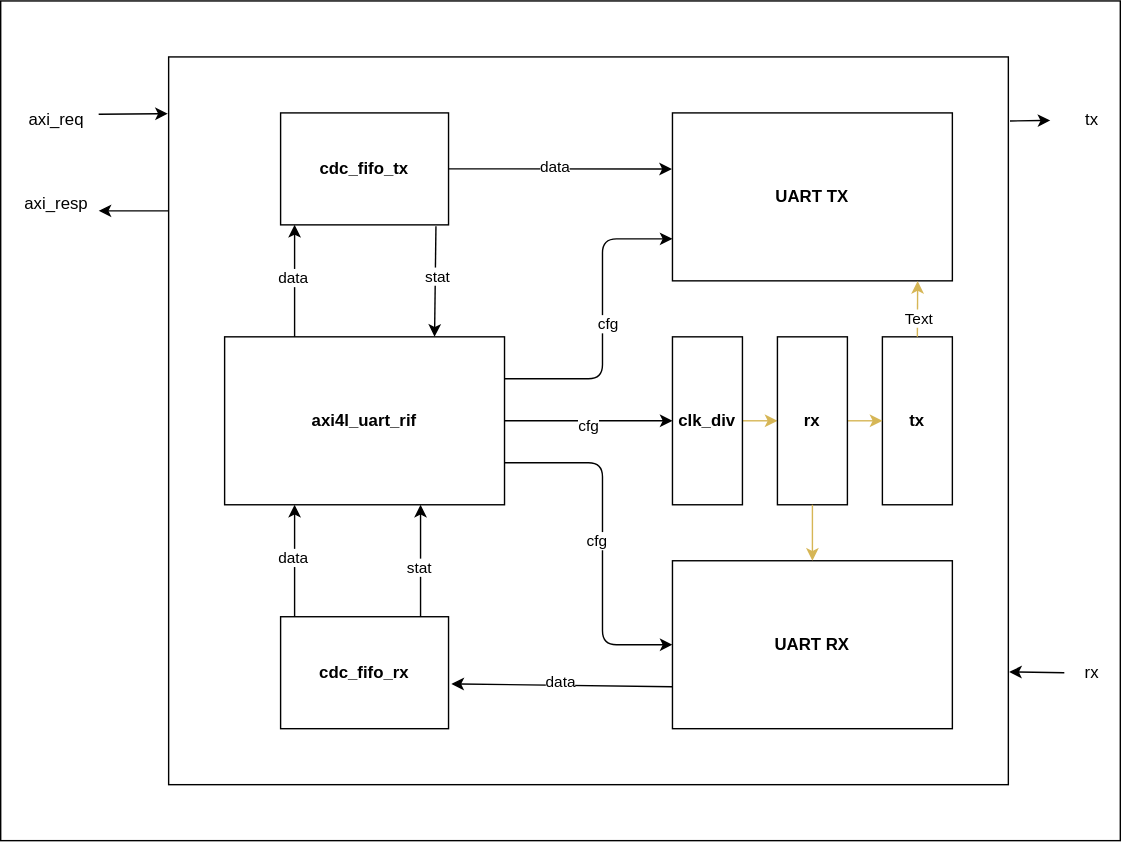
Earlier version of the draw.io export document/uart_subsystem_topview.svg (ADN-VLSI/SC-SoC). Source tidied: cells renumbered, new cells last; positions are measured from the earlier drawing's top-left corner, leaving out a move shared by most shapes. Its diagram source:
```xml
<mxGraphModel>
  <root>
    <mxCell id="0" />
    <mxCell id="1" parent="0" />
    <mxCell id="2" style="rounded=0;whiteSpace=wrap;html=1;" parent="1" vertex="1">
      <mxGeometry width="800" height="600" as="geometry" />
    </mxCell>
    <mxCell id="3" style="rounded=0;whiteSpace=wrap;html=1;" parent="1" vertex="1">
      <mxGeometry x="120" y="40" width="600" height="520" as="geometry" />
    </mxCell>
    <mxCell id="4" value="&lt;b&gt;axi4l_uart_rif&lt;/b&gt;" style="rounded=0;whiteSpace=wrap;html=1;" parent="1" vertex="1">
      <mxGeometry x="160" y="240" width="200" height="120" as="geometry" />
    </mxCell>
    <mxCell id="5" value="&lt;b&gt;cdc_fifo_tx&lt;/b&gt;" style="rounded=0;whiteSpace=wrap;html=1;direction=south;" parent="1" vertex="1">
      <mxGeometry x="200" y="80" width="120" height="80" as="geometry" />
    </mxCell>
    <mxCell id="6" value="&lt;b&gt;UART TX&lt;/b&gt;" style="rounded=0;whiteSpace=wrap;html=1;" parent="1" vertex="1">
      <mxGeometry x="480" y="80" width="200" height="120" as="geometry" />
    </mxCell>
    <mxCell id="7" value="&lt;b&gt;cdc_fifo_rx&lt;/b&gt;" style="rounded=0;whiteSpace=wrap;html=1;direction=south;" parent="1" vertex="1">
      <mxGeometry x="200" y="440" width="120" height="80" as="geometry" />
    </mxCell>
    <mxCell id="8" value="&lt;b&gt;UART RX&lt;/b&gt;" style="rounded=0;whiteSpace=wrap;html=1;" parent="1" vertex="1">
      <mxGeometry x="480" y="400" width="200" height="120" as="geometry" />
    </mxCell>
    <mxCell id="9" style="edgeStyle=none;html=1;fillColor=#fff2cc;strokeColor=#d6b656;" parent="1" edge="1" source="10" target="31">
      <mxGeometry relative="1" as="geometry" />
    </mxCell>
    <mxCell id="10" value="&lt;b&gt;clk_div&lt;/b&gt;" style="rounded=0;whiteSpace=wrap;html=1;" parent="1" vertex="1">
      <mxGeometry x="480" y="240" width="50" height="120" as="geometry" />
    </mxCell>
    <mxCell id="11" style="endArrow=classic;html=1;exitX=0.25;exitY=0;exitDx=0;exitDy=0;" parent="1" edge="1" source="4">
      <mxGeometry relative="1" as="geometry">
        <mxPoint x="210" y="160" as="targetPoint" />
      </mxGeometry>
    </mxCell>
    <mxCell id="12" value="data" style="edgeLabel;html=1;align=center;verticalAlign=middle;" parent="11" vertex="1">
      <mxGeometry x="0.07" y="1" relative="1" as="geometry" />
    </mxCell>
    <mxCell id="13" style="endArrow=classic;html=1;entryX=1;entryY=0.25;entryDx=0;entryDy=0;" parent="1" edge="1">
      <mxGeometry relative="1" as="geometry">
        <mxPoint x="300" y="440" as="sourcePoint" />
        <mxPoint x="300" y="360" as="targetPoint" />
      </mxGeometry>
    </mxCell>
    <mxCell id="14" value="stat" style="edgeLabel;html=1;align=center;verticalAlign=middle;" parent="13" vertex="1">
      <mxGeometry x="-0.1" y="1" relative="1" as="geometry" />
    </mxCell>
    <mxCell id="15" style="endArrow=classic;html=1;exitX=0.25;exitY=0;exitDx=0;exitDy=0;" parent="1" edge="1">
      <mxGeometry relative="1" as="geometry">
        <mxPoint x="210" y="440" as="sourcePoint" />
        <mxPoint x="210" y="360" as="targetPoint" />
      </mxGeometry>
    </mxCell>
    <mxCell id="16" value="data" style="edgeLabel;html=1;align=center;verticalAlign=middle;" parent="15" vertex="1">
      <mxGeometry x="0.07" y="1" relative="1" as="geometry" />
    </mxCell>
    <mxCell id="17" style="endArrow=classic;html=1;entryX=0.75;entryY=0;entryDx=0;entryDy=0;exitX=1.013;exitY=0.075;exitDx=0;exitDy=0;exitPerimeter=0;" parent="1" edge="1" source="5" target="4">
      <mxGeometry relative="1" as="geometry" />
    </mxCell>
    <mxCell id="18" value="stat" style="edgeLabel;html=1;align=center;verticalAlign=middle;" parent="17" vertex="1">
      <mxGeometry x="-0.1" y="1" relative="1" as="geometry" />
    </mxCell>
    <mxCell id="19" style="endArrow=classic;html=1;exitX=1;exitY=0.5;exitDx=0;exitDy=0;entryX=0;entryY=0.5;entryDx=0;entryDy=0;" parent="1" edge="1" source="4" target="10">
      <mxGeometry relative="1" as="geometry" />
    </mxCell>
    <mxCell id="20" value="cfg" style="edgeLabel;html=1;align=center;verticalAlign=middle;" parent="19" vertex="1">
      <mxGeometry y="-4" relative="1" as="geometry" />
    </mxCell>
    <mxCell id="21" style="endArrow=classic;html=1;exitX=1;exitY=0.25;exitDx=0;exitDy=0;entryX=0;entryY=0.75;entryDx=0;entryDy=0;" parent="1" edge="1" source="4" target="6">
      <mxGeometry relative="1" as="geometry">
        <Array as="points">
          <mxPoint x="430" y="270" />
          <mxPoint x="430" y="170" />
        </Array>
      </mxGeometry>
    </mxCell>
    <mxCell id="22" value="cfg" style="edgeLabel;html=1;align=center;verticalAlign=middle;" parent="21" vertex="1">
      <mxGeometry y="-4" relative="1" as="geometry" />
    </mxCell>
    <mxCell id="23" style="endArrow=classic;html=1;exitX=1;exitY=0.75;exitDx=0;exitDy=0;entryX=0;entryY=0.75;entryDx=0;entryDy=0;" parent="1" edge="1" source="4">
      <mxGeometry relative="1" as="geometry">
        <mxPoint x="480" y="460" as="targetPoint" />
        <Array as="points">
          <mxPoint x="430" y="330" />
          <mxPoint x="430" y="460" />
        </Array>
      </mxGeometry>
    </mxCell>
    <mxCell id="24" value="cfg" style="edgeLabel;html=1;align=center;verticalAlign=middle;" parent="23" vertex="1">
      <mxGeometry y="-4" relative="1" as="geometry" />
    </mxCell>
    <mxCell id="25" style="endArrow=classic;html=1;exitX=0;exitY=0.75;exitDx=0;exitDy=0;entryX=0.6;entryY=-0.017;entryDx=0;entryDy=0;entryPerimeter=0;" parent="1" edge="1" source="8" target="7">
      <mxGeometry relative="1" as="geometry" />
    </mxCell>
    <mxCell id="26" value="data" style="edgeLabel;html=1;align=center;verticalAlign=middle;" parent="25" vertex="1">
      <mxGeometry x="0.03" y="-2" relative="1" as="geometry" />
    </mxCell>
    <mxCell id="27" style="endArrow=classic;html=1;exitX=0.5;exitY=0;exitDx=0;exitDy=0;entryX=-0.002;entryY=0.334;entryDx=0;entryDy=0;entryPerimeter=0;" parent="1" edge="1" source="5" target="6">
      <mxGeometry relative="1" as="geometry" />
    </mxCell>
    <mxCell id="28" value="data" style="edgeLabel;html=1;align=center;verticalAlign=middle;" parent="27" vertex="1">
      <mxGeometry x="-0.06" y="1" relative="1" as="geometry" />
    </mxCell>
    <mxCell id="29" value="&lt;b&gt;tx&lt;/b&gt;" style="rounded=0;whiteSpace=wrap;html=1;" parent="1" vertex="1">
      <mxGeometry x="630" y="240" width="50" height="120" as="geometry" />
    </mxCell>
    <mxCell id="30" style="edgeStyle=none;html=1;fillColor=#fff2cc;strokeColor=#d6b656;" parent="1" edge="1" source="31" target="29">
      <mxGeometry relative="1" as="geometry" />
    </mxCell>
    <mxCell id="31" value="&lt;b&gt;rx&lt;/b&gt;" style="rounded=0;whiteSpace=wrap;html=1;" parent="1" vertex="1">
      <mxGeometry x="555" y="240" width="50" height="120" as="geometry" />
    </mxCell>
    <mxCell id="32" style="endArrow=classic;html=1;exitX=0.5;exitY=0;exitDx=0;exitDy=0;entryX=0.892;entryY=0.308;entryDx=0;entryDy=0;entryPerimeter=0;fillColor=#fff2cc;strokeColor=#d6b656;" parent="1" edge="1" source="29" target="3">
      <mxGeometry relative="1" as="geometry" />
    </mxCell>
    <mxCell id="33" value="Text" style="edgeLabel;html=1;align=center;verticalAlign=middle;" parent="32" vertex="1">
      <mxGeometry x="-0.3" relative="1" as="geometry" />
    </mxCell>
    <mxCell id="34" style="endArrow=classic;html=1;exitX=0.5;exitY=1;exitDx=0;exitDy=0;entryX=0.5;entryY=0;entryDx=0;entryDy=0;fillColor=#fff2cc;strokeColor=#d6b656;" parent="1" edge="1" source="31" target="8">
      <mxGeometry relative="1" as="geometry" />
    </mxCell>
    <mxCell id="35" style="endArrow=classic;html=1;entryX=-0.001;entryY=0.078;entryDx=0;entryDy=0;entryPerimeter=0;" parent="1" edge="1" target="3">
      <mxGeometry relative="1" as="geometry">
        <mxPoint x="70" y="81" as="sourcePoint" />
      </mxGeometry>
    </mxCell>
    <mxCell id="36" style="endArrow=classic;html=1;" parent="1" edge="1">
      <mxGeometry relative="1" as="geometry">
        <mxPoint x="120" y="150" as="sourcePoint" />
        <mxPoint x="70" y="150" as="targetPoint" />
      </mxGeometry>
    </mxCell>
    <mxCell id="37" value="axi_req" style="text;html=1;align=center;verticalAlign=middle;whiteSpace=wrap;rounded=0;" parent="1" vertex="1">
      <mxGeometry x="10" y="70" width="60" height="30" as="geometry" />
    </mxCell>
    <mxCell id="38" value="axi_resp" style="text;html=1;align=center;verticalAlign=middle;whiteSpace=wrap;rounded=0;" parent="1" vertex="1">
      <mxGeometry x="10" y="130" width="60" height="30" as="geometry" />
    </mxCell>
    <mxCell id="39" value="tx" style="text;html=1;align=center;verticalAlign=middle;whiteSpace=wrap;rounded=0;" parent="1" vertex="1">
      <mxGeometry x="750" y="70" width="60" height="30" as="geometry" />
    </mxCell>
    <mxCell id="40" style="endArrow=classic;html=1;exitX=1.002;exitY=0.088;exitDx=0;exitDy=0;exitPerimeter=0;" parent="1" edge="1" source="3" target="39">
      <mxGeometry relative="1" as="geometry" />
    </mxCell>
    <mxCell id="41" style="endArrow=classic;html=1;entryX=1.001;entryY=0.845;entryDx=0;entryDy=0;entryPerimeter=0;" parent="1" edge="1" target="3">
      <mxGeometry relative="1" as="geometry">
        <mxPoint x="760" y="480" as="sourcePoint" />
      </mxGeometry>
    </mxCell>
    <mxCell id="42" value="rx" style="text;html=1;align=center;verticalAlign=middle;whiteSpace=wrap;rounded=0;" parent="1" vertex="1">
      <mxGeometry x="750" y="465" width="60" height="30" as="geometry" />
    </mxCell>
  </root>
</mxGraphModel>
```
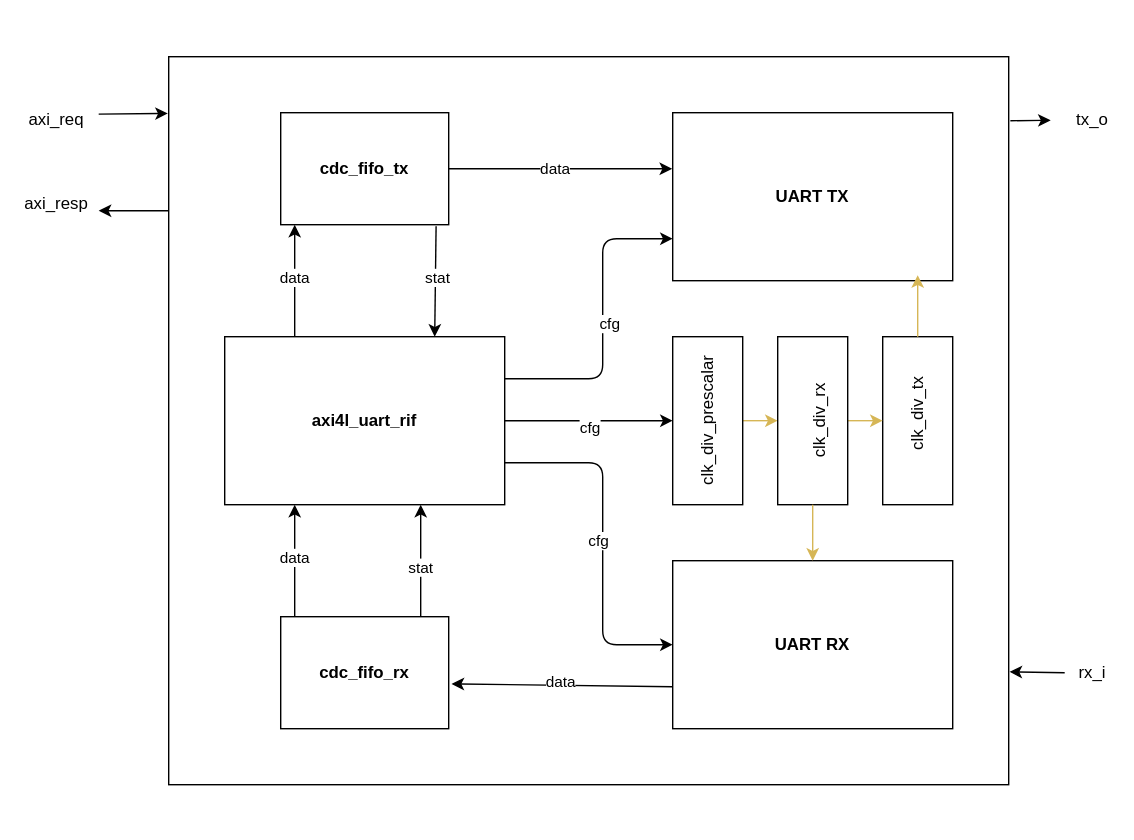
The same diagram one commit later.

The edit, as a diff of the source:
```diff
@@ -2,7 +2,7 @@
   <root>
     <mxCell id="0" />
     <mxCell id="1" parent="0" />
-    <mxCell id="2" style="rounded=0;whiteSpace=wrap;html=1;" parent="1" vertex="1">
+    <mxCell id="2" style="rounded=0;whiteSpace=wrap;html=1;strokeColor=none;" parent="1" vertex="1">
       <mxGeometry width="800" height="600" as="geometry" />
     </mxCell>
     <mxCell id="3" style="rounded=0;whiteSpace=wrap;html=1;" parent="1" vertex="1">
@@ -26,7 +26,7 @@
     <mxCell id="9" style="edgeStyle=none;html=1;fillColor=#fff2cc;strokeColor=#d6b656;" parent="1" edge="1" source="10" target="31">
       <mxGeometry relative="1" as="geometry" />
     </mxCell>
-    <mxCell id="10" value="&lt;b&gt;clk_div&lt;/b&gt;" style="rounded=0;whiteSpace=wrap;html=1;" parent="1" vertex="1">
+    <mxCell id="10" style="rounded=0;whiteSpace=wrap;html=1;" parent="1" vertex="1">
       <mxGeometry x="480" y="240" width="50" height="120" as="geometry" />
     </mxCell>
     <mxCell id="11" style="endArrow=classic;html=1;exitX=0.25;exitY=0;exitDx=0;exitDy=0;" parent="1" edge="1" source="4">
@@ -102,21 +102,15 @@
     <mxCell id="28" value="data" style="edgeLabel;html=1;align=center;verticalAlign=middle;" parent="27" vertex="1">
       <mxGeometry x="-0.06" y="1" relative="1" as="geometry" />
     </mxCell>
-    <mxCell id="29" value="&lt;b&gt;tx&lt;/b&gt;" style="rounded=0;whiteSpace=wrap;html=1;" parent="1" vertex="1">
+    <mxCell id="29" style="rounded=0;whiteSpace=wrap;html=1;" parent="1" vertex="1">
       <mxGeometry x="630" y="240" width="50" height="120" as="geometry" />
     </mxCell>
     <mxCell id="30" style="edgeStyle=none;html=1;fillColor=#fff2cc;strokeColor=#d6b656;" parent="1" edge="1" source="31" target="29">
       <mxGeometry relative="1" as="geometry" />
     </mxCell>
-    <mxCell id="31" value="&lt;b&gt;rx&lt;/b&gt;" style="rounded=0;whiteSpace=wrap;html=1;" parent="1" vertex="1">
+    <mxCell id="31" style="rounded=0;whiteSpace=wrap;html=1;" parent="1" vertex="1">
       <mxGeometry x="555" y="240" width="50" height="120" as="geometry" />
     </mxCell>
-    <mxCell id="32" style="endArrow=classic;html=1;exitX=0.5;exitY=0;exitDx=0;exitDy=0;entryX=0.892;entryY=0.308;entryDx=0;entryDy=0;entryPerimeter=0;fillColor=#fff2cc;strokeColor=#d6b656;" parent="1" edge="1" source="29" target="3">
-      <mxGeometry relative="1" as="geometry" />
-    </mxCell>
-    <mxCell id="33" value="Text" style="edgeLabel;html=1;align=center;verticalAlign=middle;" parent="32" vertex="1">
-      <mxGeometry x="-0.3" relative="1" as="geometry" />
-    </mxCell>
     <mxCell id="34" style="endArrow=classic;html=1;exitX=0.5;exitY=1;exitDx=0;exitDy=0;entryX=0.5;entryY=0;entryDx=0;entryDy=0;fillColor=#fff2cc;strokeColor=#d6b656;" parent="1" edge="1" source="31" target="8">
       <mxGeometry relative="1" as="geometry" />
     </mxCell>
@@ -137,7 +131,7 @@
     <mxCell id="38" value="axi_resp" style="text;html=1;align=center;verticalAlign=middle;whiteSpace=wrap;rounded=0;" parent="1" vertex="1">
       <mxGeometry x="10" y="130" width="60" height="30" as="geometry" />
     </mxCell>
-    <mxCell id="39" value="tx" style="text;html=1;align=center;verticalAlign=middle;whiteSpace=wrap;rounded=0;" parent="1" vertex="1">
+    <mxCell id="39" value="tx_o" style="text;html=1;align=center;verticalAlign=middle;whiteSpace=wrap;rounded=0;" parent="1" vertex="1">
       <mxGeometry x="750" y="70" width="60" height="30" as="geometry" />
     </mxCell>
     <mxCell id="40" style="endArrow=classic;html=1;exitX=1.002;exitY=0.088;exitDx=0;exitDy=0;exitPerimeter=0;" parent="1" edge="1" source="3" target="39">
@@ -148,8 +142,20 @@
         <mxPoint x="760" y="480" as="sourcePoint" />
       </mxGeometry>
     </mxCell>
-    <mxCell id="42" value="rx" style="text;html=1;align=center;verticalAlign=middle;whiteSpace=wrap;rounded=0;" parent="1" vertex="1">
+    <mxCell id="42" value="rx_i" style="text;html=1;align=center;verticalAlign=middle;whiteSpace=wrap;rounded=0;" parent="1" vertex="1">
       <mxGeometry x="750" y="465" width="60" height="30" as="geometry" />
     </mxCell>
+    <mxCell id="43" value="clk_div_rx" style="text;html=1;align=center;verticalAlign=middle;whiteSpace=wrap;rounded=0;rotation=270;" parent="1" vertex="1">
+      <mxGeometry x="555" y="285" width="60" height="30" as="geometry" />
+    </mxCell>
+    <mxCell id="44" value="clk_div_prescalar" style="text;html=1;align=center;verticalAlign=middle;whiteSpace=wrap;rounded=0;rotation=270;" parent="1" vertex="1">
+      <mxGeometry x="475" y="285" width="60" height="30" as="geometry" />
+    </mxCell>
+    <mxCell id="45" value="clk_div_tx" style="text;html=1;align=center;verticalAlign=middle;whiteSpace=wrap;rounded=0;rotation=270;" parent="1" vertex="1">
+      <mxGeometry x="625" y="280" width="60" height="30" as="geometry" />
+    </mxCell>
+    <mxCell id="46" style="endArrow=classic;html=1;exitX=0.5;exitY=0;exitDx=0;exitDy=0;entryX=0.875;entryY=0.967;entryDx=0;entryDy=0;entryPerimeter=0;fillColor=#fff2cc;strokeColor=#d6b656;" parent="1" edge="1" source="29" target="6">
+      <mxGeometry relative="1" as="geometry" />
+    </mxCell>
   </root>
 </mxGraphModel>
```
